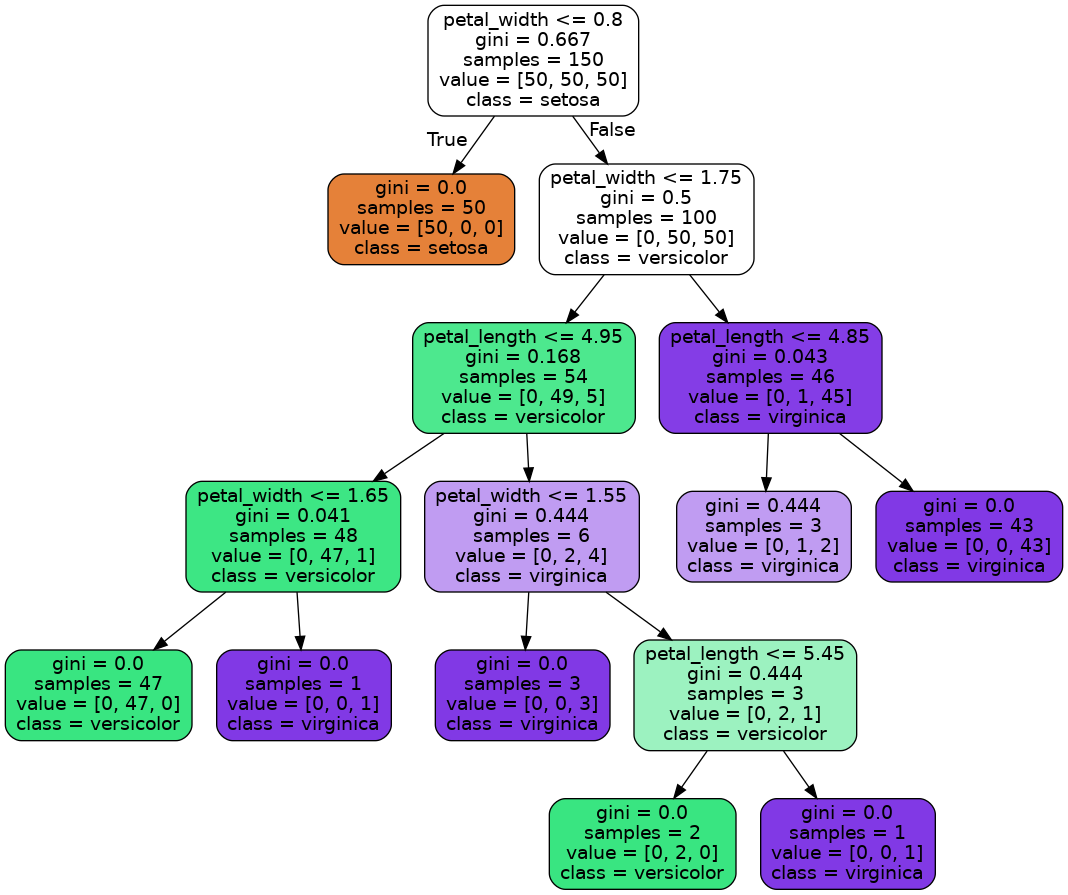
This is iris_tree.png from wolejnik/basis-decision-tree, a Graphviz export, as it was before one commit. Its source is kept beside it as iris_tree.dot. The source it was exported from:
```dot
digraph Tree {
node [shape=box, style="filled, rounded", color="black", fontname=helvetica] ;
edge [fontname=helvetica] ;
0 [label="petal_width <= 0.8\ngini = 0.667\nsamples = 150\nvalue = [50, 50, 50]\nclass = setosa", fillcolor="#ffffff"] ;
1 [label="gini = 0.0\nsamples = 50\nvalue = [50, 0, 0]\nclass = setosa", fillcolor="#e58139"] ;
0 -> 1 [labeldistance=2.5, labelangle=45, headlabel="True"] ;
2 [label="petal_width <= 1.75\ngini = 0.5\nsamples = 100\nvalue = [0, 50, 50]\nclass = versicolor", fillcolor="#ffffff"] ;
0 -> 2 [labeldistance=2.5, labelangle=-45, headlabel="False"] ;
3 [label="petal_length <= 4.95\ngini = 0.168\nsamples = 54\nvalue = [0, 49, 5]\nclass = versicolor", fillcolor="#4de88e"] ;
2 -> 3 ;
4 [label="petal_width <= 1.65\ngini = 0.041\nsamples = 48\nvalue = [0, 47, 1]\nclass = versicolor", fillcolor="#3de684"] ;
3 -> 4 ;
5 [label="gini = 0.0\nsamples = 47\nvalue = [0, 47, 0]\nclass = versicolor", fillcolor="#39e581"] ;
4 -> 5 ;
6 [label="gini = 0.0\nsamples = 1\nvalue = [0, 0, 1]\nclass = virginica", fillcolor="#8139e5"] ;
4 -> 6 ;
7 [label="petal_width <= 1.55\ngini = 0.444\nsamples = 6\nvalue = [0, 2, 4]\nclass = virginica", fillcolor="#c09cf2"] ;
3 -> 7 ;
8 [label="gini = 0.0\nsamples = 3\nvalue = [0, 0, 3]\nclass = virginica", fillcolor="#8139e5"] ;
7 -> 8 ;
9 [label="petal_length <= 5.45\ngini = 0.444\nsamples = 3\nvalue = [0, 2, 1]\nclass = versicolor", fillcolor="#9cf2c0"] ;
7 -> 9 ;
10 [label="gini = 0.0\nsamples = 2\nvalue = [0, 2, 0]\nclass = versicolor", fillcolor="#39e581"] ;
9 -> 10 ;
11 [label="gini = 0.0\nsamples = 1\nvalue = [0, 0, 1]\nclass = virginica", fillcolor="#8139e5"] ;
9 -> 11 ;
12 [label="petal_length <= 4.85\ngini = 0.043\nsamples = 46\nvalue = [0, 1, 45]\nclass = virginica", fillcolor="#843de6"] ;
2 -> 12 ;
13 [label="gini = 0.444\nsamples = 3\nvalue = [0, 1, 2]\nclass = virginica", fillcolor="#c09cf2"] ;
12 -> 13 ;
14 [label="gini = 0.0\nsamples = 43\nvalue = [0, 0, 43]\nclass = virginica", fillcolor="#8139e5"] ;
12 -> 14 ;
}
```
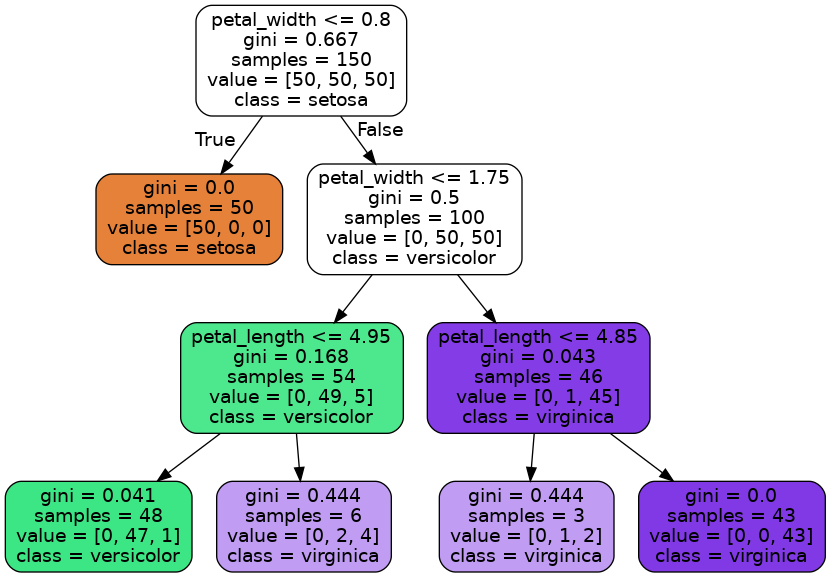
Later version of the same file.

Commit message:
:tada: Built a function to make decison tree

Change to the diagram source:
```diff
@@ -8,26 +8,14 @@
 0 -> 2 [labeldistance=2.5, labelangle=-45, headlabel="False"] ;
 3 [label="petal_length <= 4.95\ngini = 0.168\nsamples = 54\nvalue = [0, 49, 5]\nclass = versicolor", fillcolor="#4de88e"] ;
 2 -> 3 ;
-4 [label="petal_width <= 1.65\ngini = 0.041\nsamples = 48\nvalue = [0, 47, 1]\nclass = versicolor", fillcolor="#3de684"] ;
+4 [label="gini = 0.041\nsamples = 48\nvalue = [0, 47, 1]\nclass = versicolor", fillcolor="#3de684"] ;
 3 -> 4 ;
-5 [label="gini = 0.0\nsamples = 47\nvalue = [0, 47, 0]\nclass = versicolor", fillcolor="#39e581"] ;
-4 -> 5 ;
-6 [label="gini = 0.0\nsamples = 1\nvalue = [0, 0, 1]\nclass = virginica", fillcolor="#8139e5"] ;
-4 -> 6 ;
-7 [label="petal_width <= 1.55\ngini = 0.444\nsamples = 6\nvalue = [0, 2, 4]\nclass = virginica", fillcolor="#c09cf2"] ;
-3 -> 7 ;
-8 [label="gini = 0.0\nsamples = 3\nvalue = [0, 0, 3]\nclass = virginica", fillcolor="#8139e5"] ;
-7 -> 8 ;
-9 [label="petal_length <= 5.45\ngini = 0.444\nsamples = 3\nvalue = [0, 2, 1]\nclass = versicolor", fillcolor="#9cf2c0"] ;
-7 -> 9 ;
-10 [label="gini = 0.0\nsamples = 2\nvalue = [0, 2, 0]\nclass = versicolor", fillcolor="#39e581"] ;
-9 -> 10 ;
-11 [label="gini = 0.0\nsamples = 1\nvalue = [0, 0, 1]\nclass = virginica", fillcolor="#8139e5"] ;
-9 -> 11 ;
-12 [label="petal_length <= 4.85\ngini = 0.043\nsamples = 46\nvalue = [0, 1, 45]\nclass = virginica", fillcolor="#843de6"] ;
-2 -> 12 ;
-13 [label="gini = 0.444\nsamples = 3\nvalue = [0, 1, 2]\nclass = virginica", fillcolor="#c09cf2"] ;
-12 -> 13 ;
-14 [label="gini = 0.0\nsamples = 43\nvalue = [0, 0, 43]\nclass = virginica", fillcolor="#8139e5"] ;
-12 -> 14 ;
+5 [label="gini = 0.444\nsamples = 6\nvalue = [0, 2, 4]\nclass = virginica", fillcolor="#c09cf2"] ;
+3 -> 5 ;
+6 [label="petal_length <= 4.85\ngini = 0.043\nsamples = 46\nvalue = [0, 1, 45]\nclass = virginica", fillcolor="#843de6"] ;
+2 -> 6 ;
+7 [label="gini = 0.444\nsamples = 3\nvalue = [0, 1, 2]\nclass = virginica", fillcolor="#c09cf2"] ;
+6 -> 7 ;
+8 [label="gini = 0.0\nsamples = 43\nvalue = [0, 0, 43]\nclass = virginica", fillcolor="#8139e5"] ;
+6 -> 8 ;
 }
```
